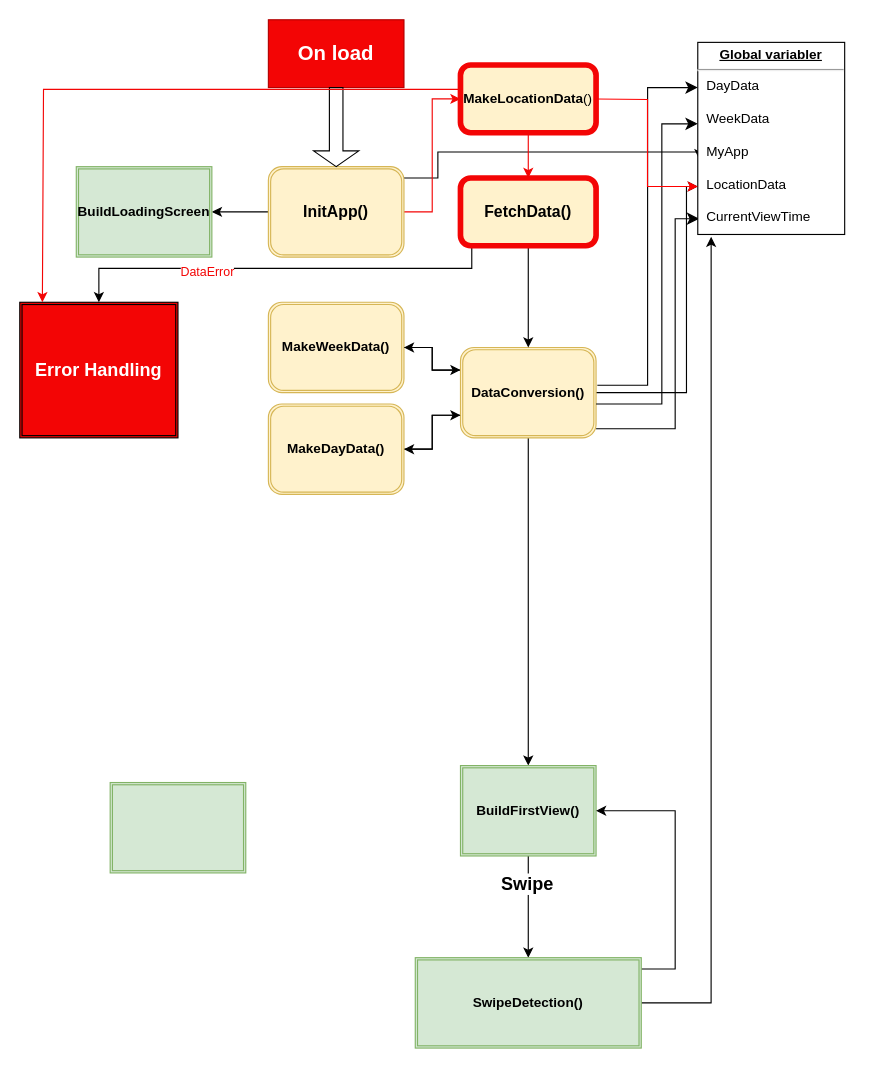
This is Untitled Diagram.drawio from Marlenes-Dejlige-Organisation/PWA_elpriser, a draw.io file, before an edit. Source tidied: cells renumbered, new cells numbered last; positions are measured from the earlier drawing's top-left corner, leaving out a move shared by most shapes. Both pictures are drawn from the tidied source at 113%, with x=0, y=0 at pixel (19, 19).
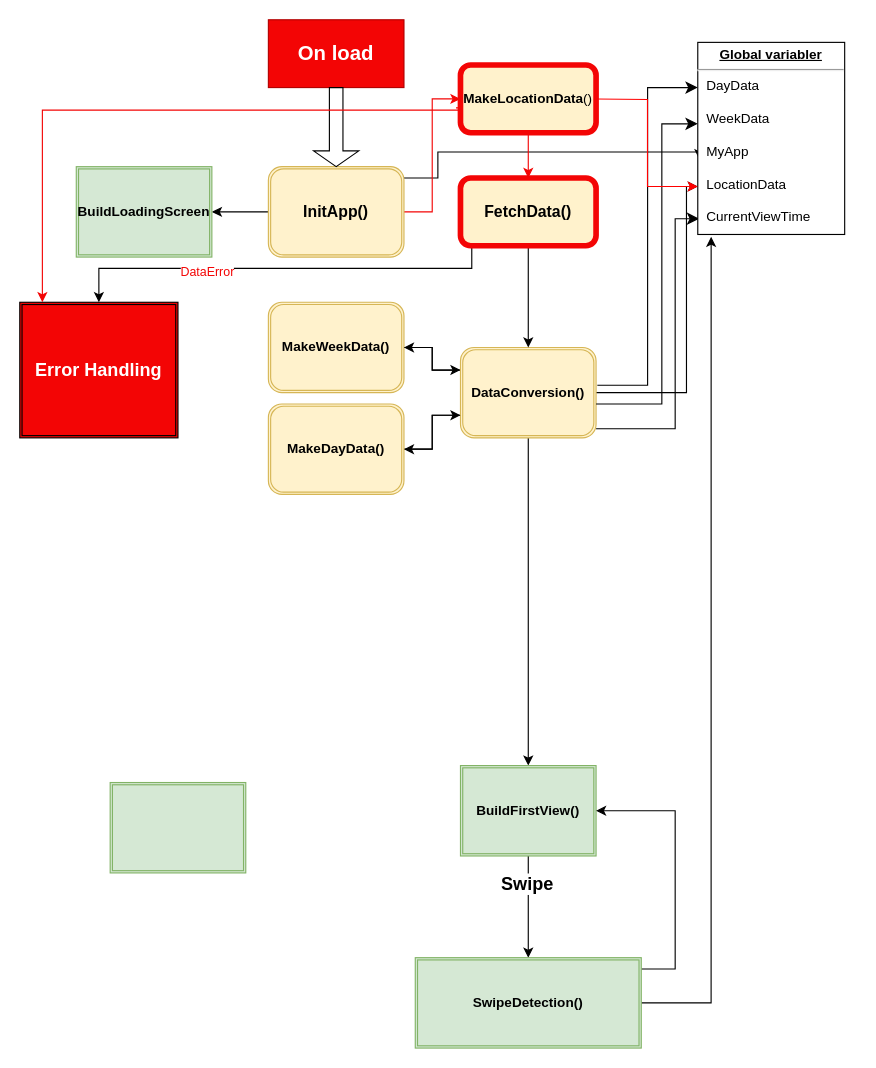
Above is the later version.

The change refers to these unchanged cells:
```xml
<mxCell id="39" value="&lt;b&gt;MakeLocationData&lt;/b&gt;()" style="rounded=1;whiteSpace=wrap;html=1;fillColor=#fff2cc;strokeColor=#F30505;strokeWidth=5;" parent="1" vertex="1">
  <mxGeometry x="390" y="40" width="120" height="60" as="geometry" />
</mxCell>
```

Change to the diagram source:
```diff
@@
-    <mxCell id="38" style="edgeStyle=orthogonalEdgeStyle;rounded=0;orthogonalLoop=1;jettySize=auto;html=1;entryX=0.017;entryY=0.07;entryDx=0;entryDy=0;entryPerimeter=0;strokeColor=#F30505;" parent="1" edge="1">
+    <mxCell id="38" style="edgeStyle=orthogonalEdgeStyle;rounded=0;jettySize=auto;html=1;entryX=0.017;entryY=0.07;entryDx=0;entryDy=0;entryPerimeter=0;strokeColor=#F30505;exitX=-0.033;exitY=0.633;exitDx=0;exitDy=0;exitPerimeter=0;" parent="1" edge="1" source="39">
       <mxGeometry relative="1" as="geometry">
-        <mxPoint x="407.6" y="61.6" as="sourcePoint" />
         <mxPoint x="20" y="249.9" as="targetPoint" />
         <Array as="points">
-          <mxPoint x="21" y="61.9" />
-          <mxPoint x="21" y="249.9" />
+          <mxPoint x="390" y="78" />
+          <mxPoint x="390" y="80" />
+          <mxPoint x="20" y="80" />
         </Array>
       </mxGeometry>
     </mxCell>
```
